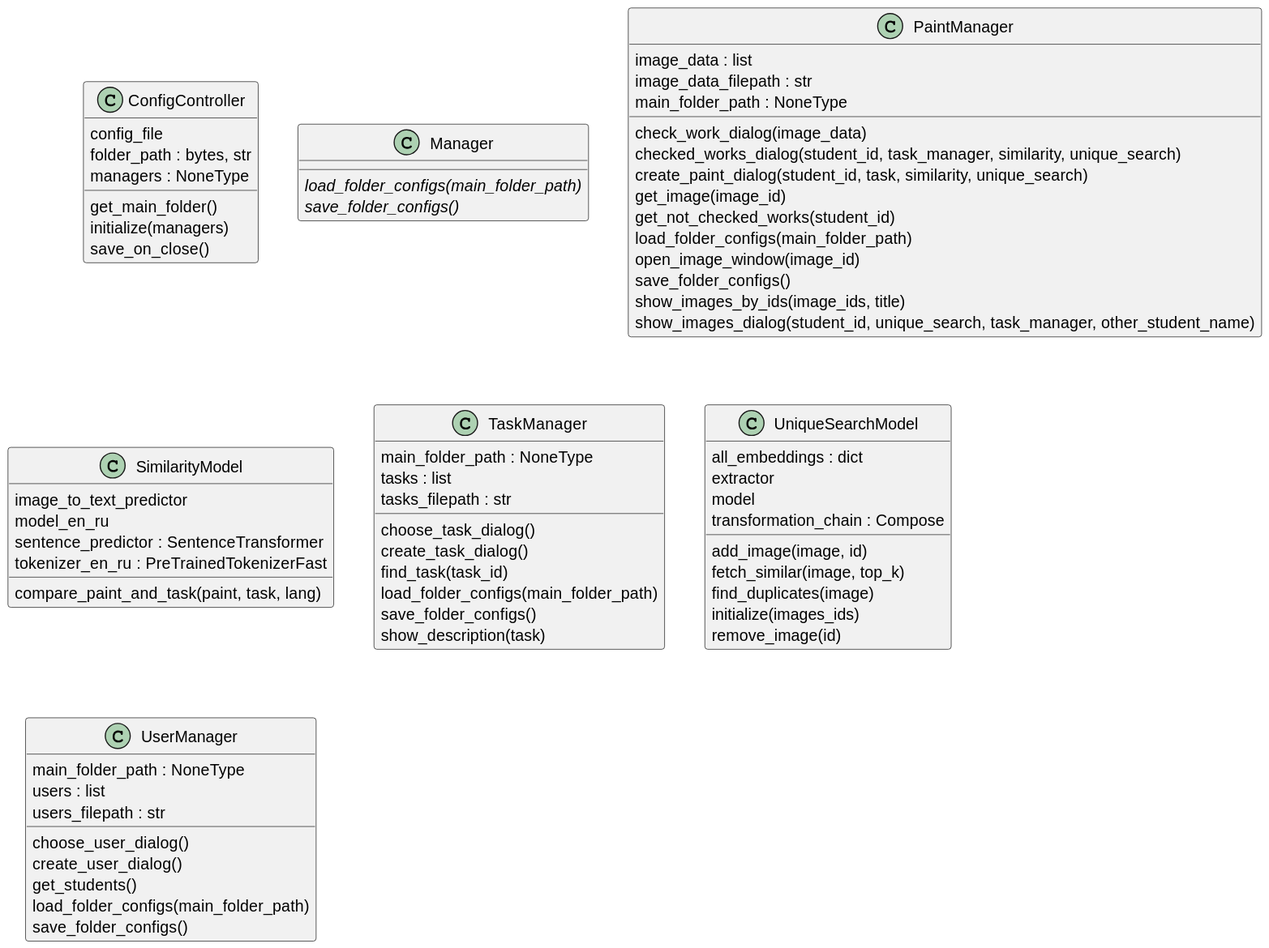
This is docs/classes.svg from lruns/draw-learning-helper, a PlantUML export, as it was before one commit.
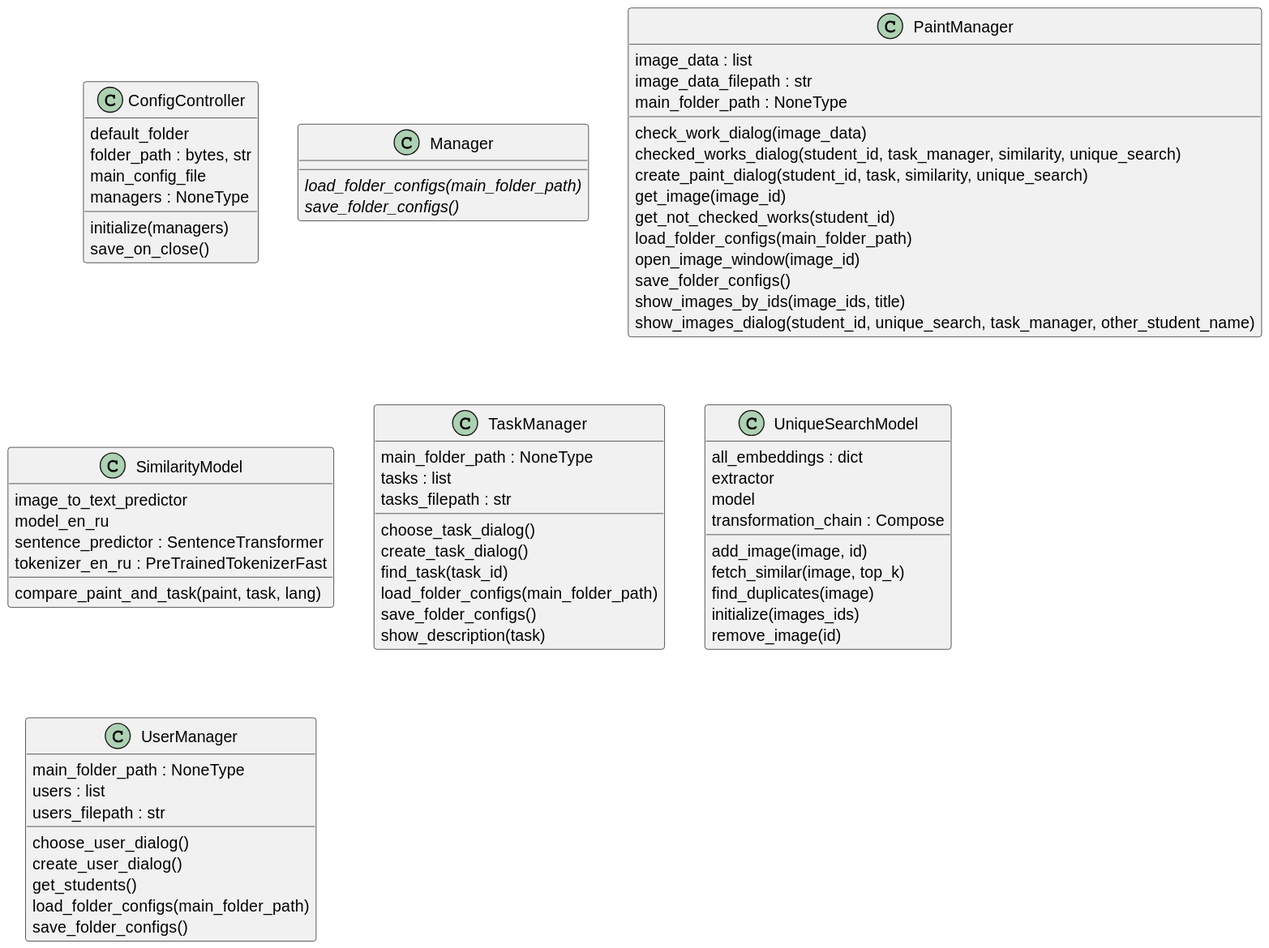
Above is the later version.

Diff of the diagram source:
```diff
@@ -1,10 +1,10 @@
 @startuml
 set namespaceSeparator none
 class "ConfigController" as src.config.ConfigController {
-  config_file
+  default_folder
   folder_path : bytes, str
+  main_config_file
   managers : NoneType
-  get_main_folder()
   initialize(managers)
   save_on_close()
 }
```
